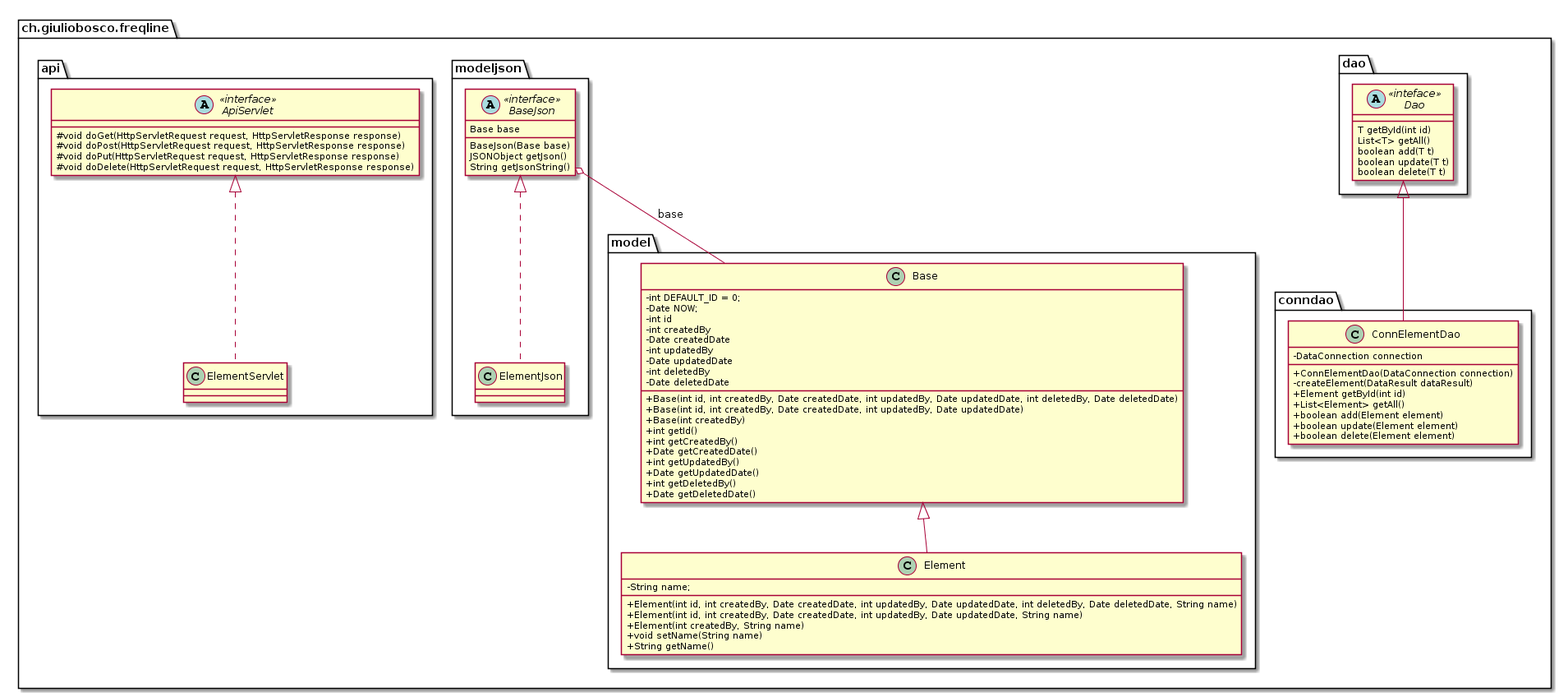
The PlantUML diagram doc/img/dao_classes.png in giuliobosco/freqline, before a commit.
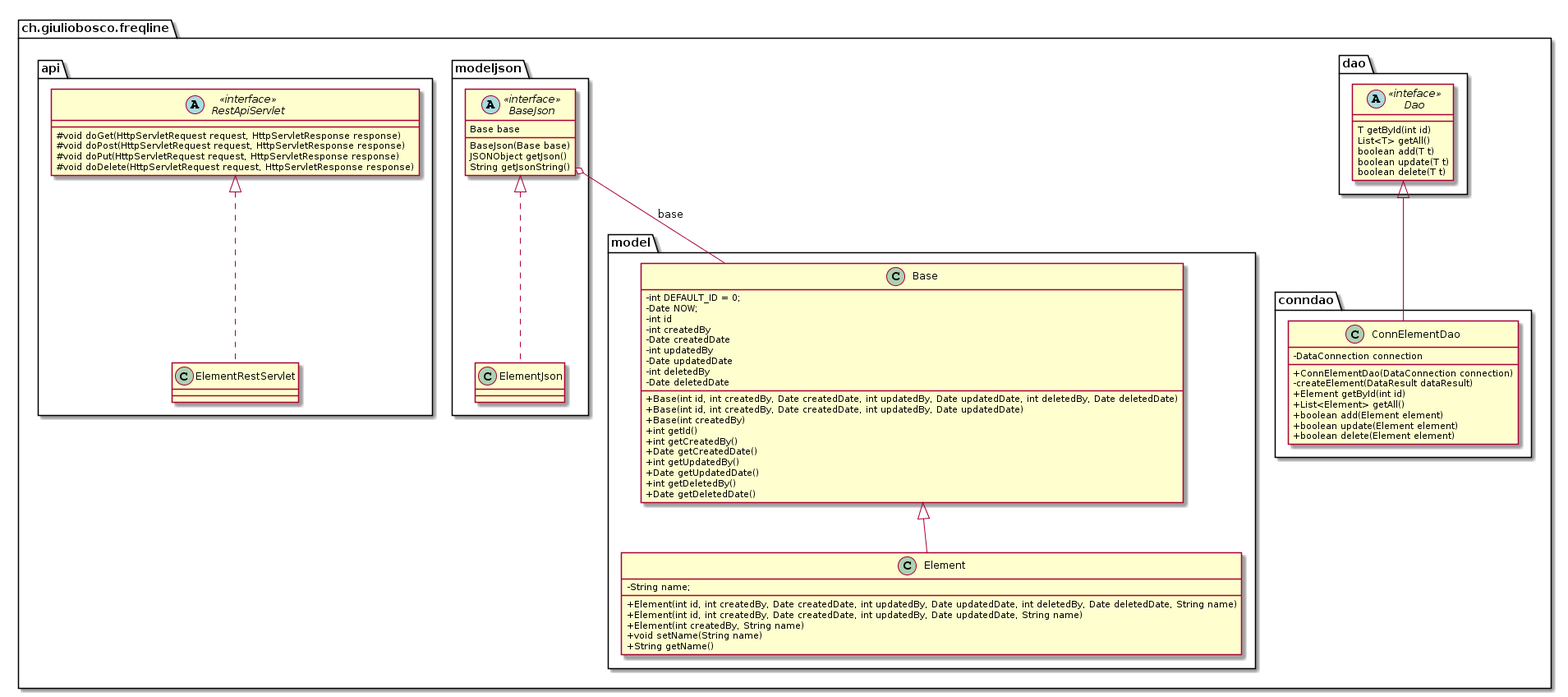
The same file after the commit.

Commit message:
fix design/dao_classes RestApiServlet

What changed in the source:
```diff
@@ -76,17 +76,17 @@
 }
 
 package api {
-    abstract ApiServlet <<interface>> {
+    abstract RestApiServlet <<interface>> {
         #void doGet(HttpServletRequest request, HttpServletResponse response)
         #void doPost(HttpServletRequest request, HttpServletResponse response)
         #void doPut(HttpServletRequest request, HttpServletResponse response)
         #void doDelete(HttpServletRequest request, HttpServletResponse response)
     }
 
-    class ElementServlet {
+    class ElementRestServlet {
 
     }
-    ApiServlet <|.. ElementServlet
+    RestApiServlet <|.. ElementRestServlet
 }
 }
 @enduml
```
